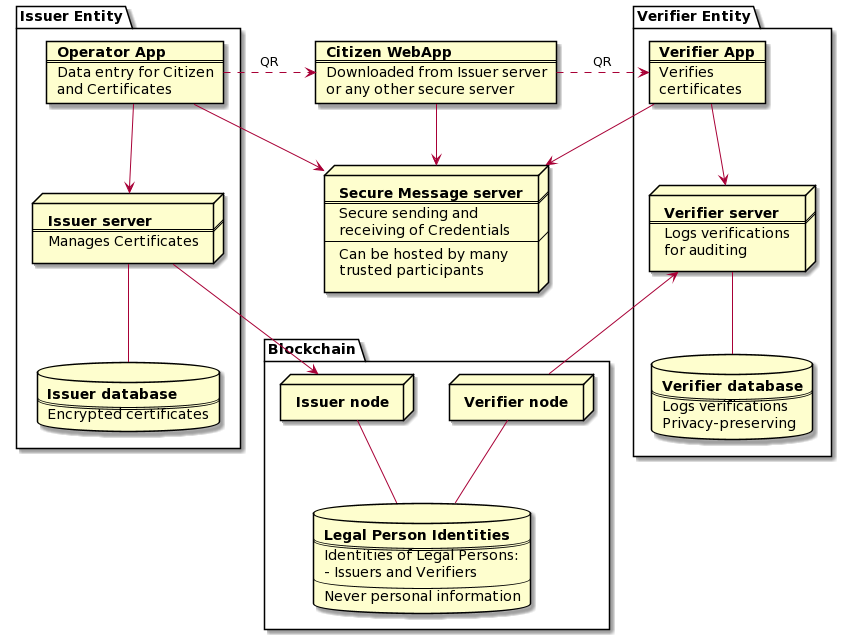
Above: images/SafeIsland_Components.png in kemalbehram/SafeIsland (PlantUML), before the change.
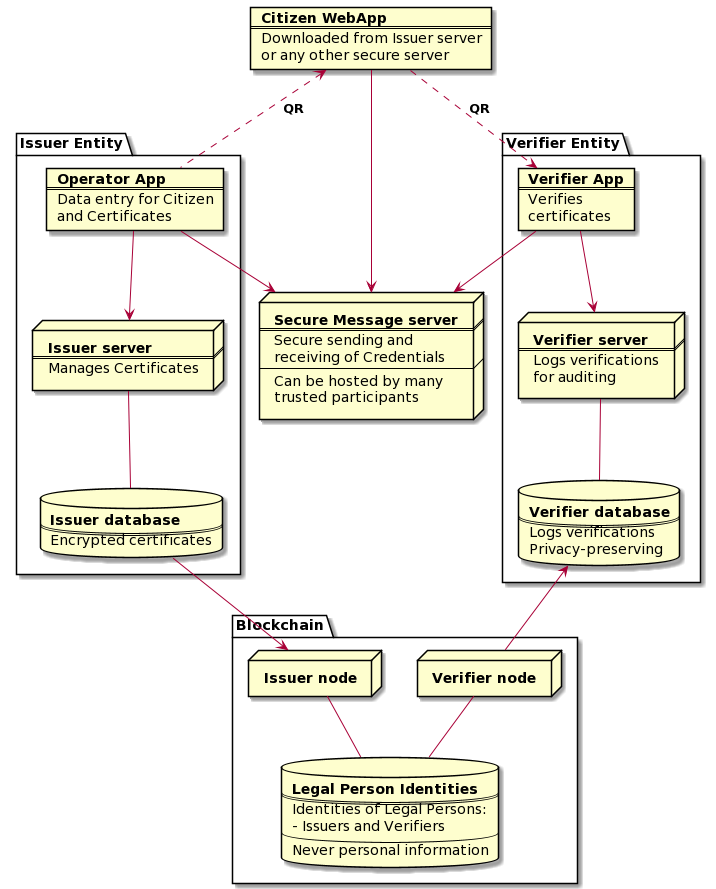
Later version of the same file.

Change to the diagram source:
```diff
@@ -1,5 +1,6 @@
 @startuml
 package "Issuer Entity" {
+
 
   card OperatorApp [
     <b>Operator App
@@ -90,19 +91,19 @@
 
 }
 
-OperatorApp .r.> CitizenApp: QR
+OperatorApp .u.> CitizenApp: <b>QR</b>
 OperatorApp --> IssuerServer
 IssuerServer -- IssuerDatabase
 OperatorApp --> SecureMessageServer
 CitizenApp --> SecureMessageServer
-CitizenApp .r.> VerifierApp: QR
+CitizenApp .d.> VerifierApp: <b>QR</b>
 VerifierApp --> SecureMessageServer
 
 VerifierApp --> VerifierServer
 VerifierServer -- VerifierDatabase
 
-IssuerServer --> IssuerNode
-VerifierNode -u-> VerifierServer
+IssuerDatabase --> IssuerNode
+VerifierNode -u-> VerifierDatabase
 
 IssuerNode -- Identities
 VerifierNode -- Identities
```
